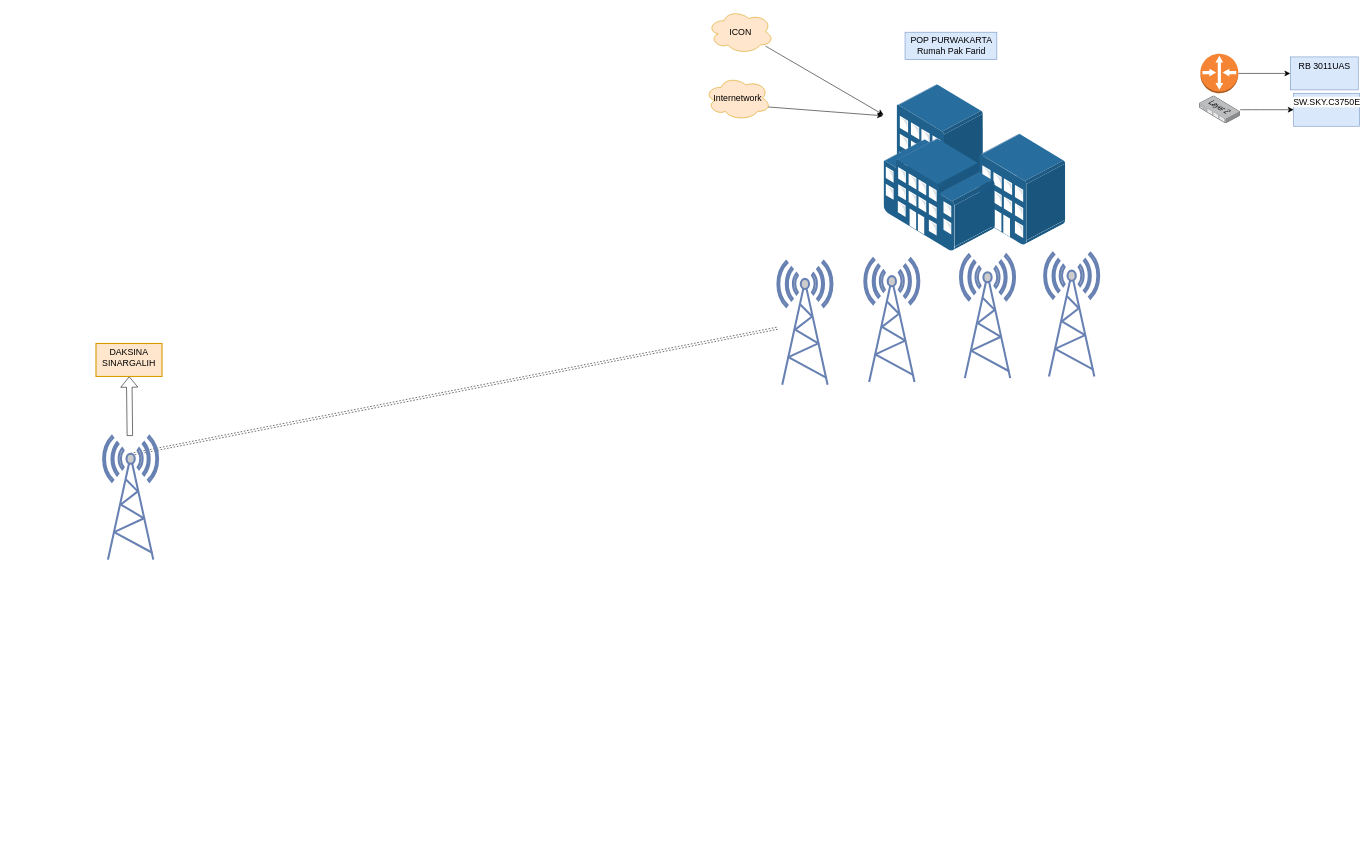
The draw.io diagram POP Purwakarta.drawio in akbar12109/akbar12109.github.io, before the edit. Source tidied: cells renumbered, new cells numbered last; positions are measured from the earlier drawing's top-left corner, leaving out a move shared by most shapes. Both pictures are drawn from the tidied source at 55%, with x=0, y=0 at pixel (96, 9).
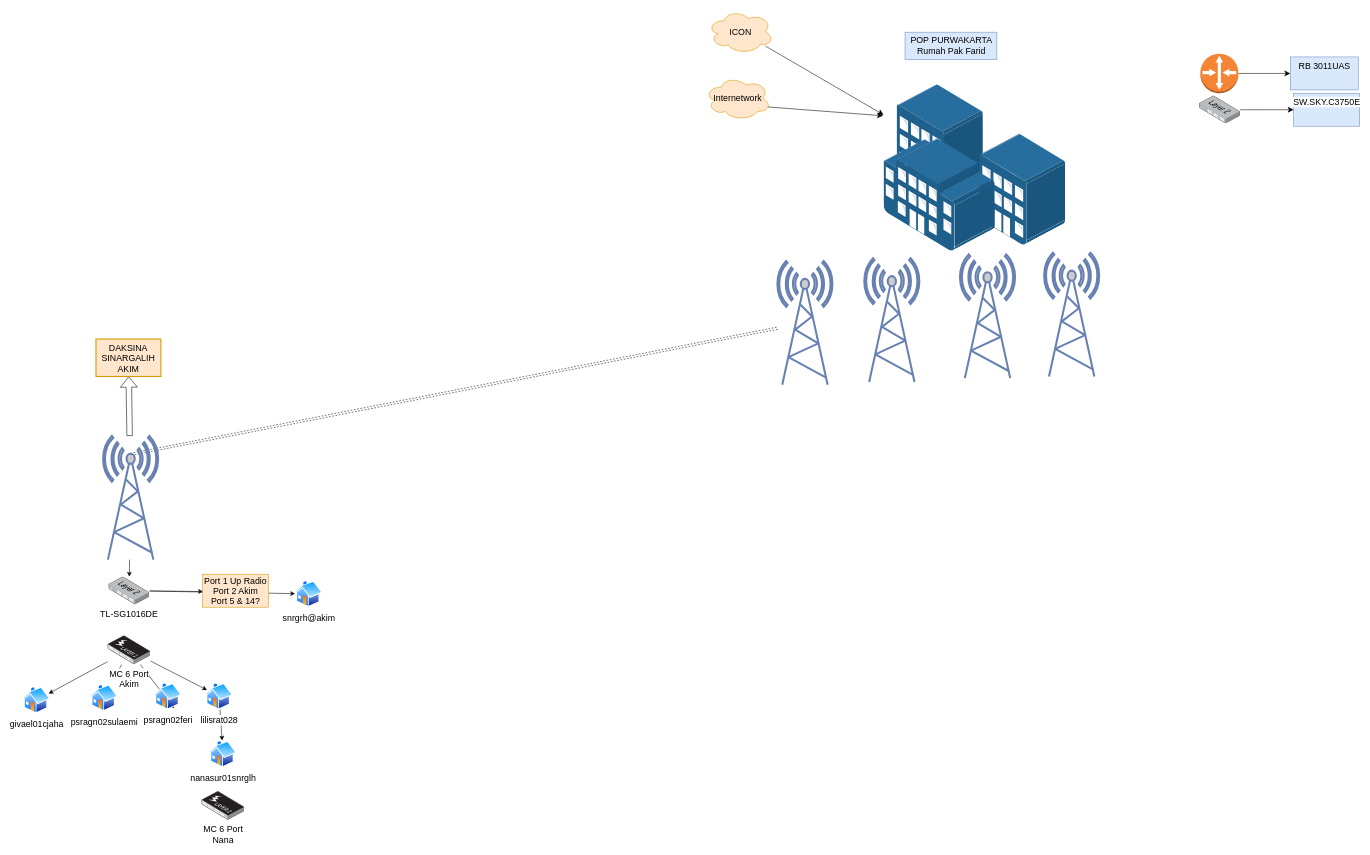
After the change.

The change refers to these unchanged cells:
```xml
<mxCell id="20" style="fontColor=#0066CC;verticalAlign=top;verticalLabelPosition=bottom;labelPosition=center;align=center;html=1;outlineConnect=0;fillColor=#CCCCCC;strokeColor=#6881B3;gradientColor=none;gradientDirection=north;strokeWidth=2;shape=mxgraph.networks.radio_tower;fontSize=16;" parent="1" vertex="1">
  <mxGeometry x="13" y="775" width="100" height="225" as="geometry" />
</mxCell>
```

Change to the diagram source:
```diff
@@
+    <mxCell id="22" style="edgeStyle=none;curved=1;jettySize=auto;html=1;fontSize=12;" parent="1" edge="1" source="20" target="26">
+      <mxGeometry relative="1" as="geometry" />
+    </mxCell>
@@
-    <mxCell id="21" value="DAKSINA SINARGALIH" style="whiteSpace=wrap;html=1;fontSize=16;verticalAlign=top;fillColor=#ffe6cc;strokeColor=#d79b00;gradientDirection=north;strokeWidth=2;" parent="1" vertex="1">
-      <mxGeometry y="607" width="120" height="60" as="geometry" />
+    <mxCell id="21" value="DAKSINA SINARGALIH&lt;br&gt;AKIM" style="whiteSpace=wrap;html=1;fontSize=16;verticalAlign=top;fillColor=#ffe6cc;strokeColor=#d79b00;gradientDirection=north;strokeWidth=2;" parent="1" vertex="1">
+      <mxGeometry y="599" width="118" height="68" as="geometry" />
     </mxCell>
+    <mxCell id="23" value="snrgrh@akim" style="perimeter=ellipsePerimeter;html=1;align=center;shadow=0;dashed=0;spacingTop=3;image;image=img/lib/active_directory/home.svg;fontSize=16;" parent="1" vertex="1">
+      <mxGeometry x="362" y="1038" width="50" height="48.5" as="geometry" />
+    </mxCell>
+    <mxCell id="24" style="edgeStyle=none;curved=1;jettySize=auto;html=1;fontSize=12;" parent="1" edge="1" source="26">
+      <mxGeometry relative="1" as="geometry">
+        <mxPoint x="194.6" y="1058" as="targetPoint" />
+      </mxGeometry>
+    </mxCell>
+    <mxCell id="25" style="edgeStyle=none;curved=1;jettySize=auto;html=1;fontSize=12;" parent="1" edge="1" source="26" target="23">
+      <mxGeometry relative="1" as="geometry" />
+    </mxCell>
+    <mxCell id="26" value=" TL-SG1016DE" style="points=[];html=1;align=center;shadow=0;dashed=0;image;image=img/lib/allied_telesis/switch/Switch_24_port_L2.svg;fontSize=16;" parent="1" vertex="1">
+      <mxGeometry x="23" y="1031" width="74.4" height="51" as="geometry" />
+    </mxCell>
+    <mxCell id="27" value="Port 1 Up Radio&lt;br&gt;Port 2 Akim&lt;br&gt;Port 5 &amp;amp; 14?" style="rounded=0;whiteSpace=wrap;html=1;fontSize=16;fillColor=#ffe6cc;strokeColor=#d79b00;" parent="1" vertex="1">
+      <mxGeometry x="194" y="1026.5" width="120" height="60" as="geometry" />
+    </mxCell>
+    <mxCell id="28" style="edgeStyle=none;curved=1;jettySize=auto;html=1;fontSize=12;" parent="1" edge="1" source="32" target="33">
+      <mxGeometry relative="1" as="geometry" />
+    </mxCell>
+    <mxCell id="29" style="edgeStyle=none;curved=1;jettySize=auto;html=1;fontSize=12;" parent="1" edge="1" source="32" target="34">
+      <mxGeometry relative="1" as="geometry" />
+    </mxCell>
+    <mxCell id="30" style="edgeStyle=none;curved=1;jettySize=auto;html=1;fontSize=12;" parent="1" edge="1" source="32" target="37">
+      <mxGeometry relative="1" as="geometry" />
+    </mxCell>
+    <mxCell id="31" style="edgeStyle=none;curved=1;jettySize=auto;html=1;entryX=0.75;entryY=1;entryDx=0;entryDy=0;fontSize=12;" parent="1" edge="1" source="32" target="35">
+      <mxGeometry relative="1" as="geometry" />
+    </mxCell>
+    <mxCell id="32" value="&lt;div&gt;MC 6 Port&lt;/div&gt;&lt;div&gt;Akim&lt;br&gt;&lt;/div&gt;" style="points=[];html=1;align=center;shadow=0;dashed=0;image;image=img/lib/allied_telesis/switch/Switch_48_port_L2_POE.svg;fontSize=16;" parent="1" vertex="1">
+      <mxGeometry x="21.2" y="1138" width="78" height="52.8" as="geometry" />
+    </mxCell>
+    <mxCell id="33" value="givael01cjaha" style="perimeter=ellipsePerimeter;html=1;align=center;shadow=0;dashed=0;spacingTop=3;image;image=img/lib/active_directory/home.svg;fontSize=16;" parent="1" vertex="1">
+      <mxGeometry x="-133" y="1231" width="50" height="48.5" as="geometry" />
+    </mxCell>
+    <mxCell id="34" value="psragn02sulaemi" style="perimeter=ellipsePerimeter;html=1;align=center;shadow=0;dashed=0;spacingTop=3;image;image=img/lib/active_directory/home.svg;fontSize=16;" parent="1" vertex="1">
+      <mxGeometry x="-10" y="1227" width="50" height="48.5" as="geometry" />
+    </mxCell>
+    <mxCell id="35" value="psragn02feri" style="perimeter=ellipsePerimeter;html=1;align=center;shadow=0;dashed=0;spacingTop=3;image;image=img/lib/active_directory/home.svg;fontSize=16;" parent="1" vertex="1">
+      <mxGeometry x="106" y="1224" width="50" height="48.5" as="geometry" />
+    </mxCell>
+    <mxCell id="36" style="edgeStyle=none;curved=1;jettySize=auto;html=1;fontSize=12;" parent="1" edge="1" source="37" target="38">
+      <mxGeometry relative="1" as="geometry" />
+    </mxCell>
+    <mxCell id="37" value="lilisrat028" style="perimeter=ellipsePerimeter;html=1;align=center;shadow=0;dashed=0;spacingTop=3;image;image=img/lib/active_directory/home.svg;fontSize=16;" parent="1" vertex="1">
+      <mxGeometry x="199" y="1224" width="50" height="48.5" as="geometry" />
+    </mxCell>
+    <mxCell id="38" value="nanasur01snrglh" style="perimeter=ellipsePerimeter;html=1;align=center;shadow=0;dashed=0;spacingTop=3;image;image=img/lib/active_directory/home.svg;fontSize=16;" parent="1" vertex="1">
+      <mxGeometry x="206" y="1329" width="50" height="48.5" as="geometry" />
+    </mxCell>
+    <mxCell id="39" value="&lt;div&gt;MC 6 Port&lt;/div&gt;&lt;div&gt;Nana&lt;br&gt;&lt;/div&gt;" style="html=1;align=center;shadow=0;dashed=0;image;image=img/lib/allied_telesis/switch/Switch_48_port_L2_POE.svg;fontSize=16;" parent="1" vertex="1">
+      <mxGeometry x="192" y="1421" width="78" height="52.8" as="geometry" />
+    </mxCell>
```
